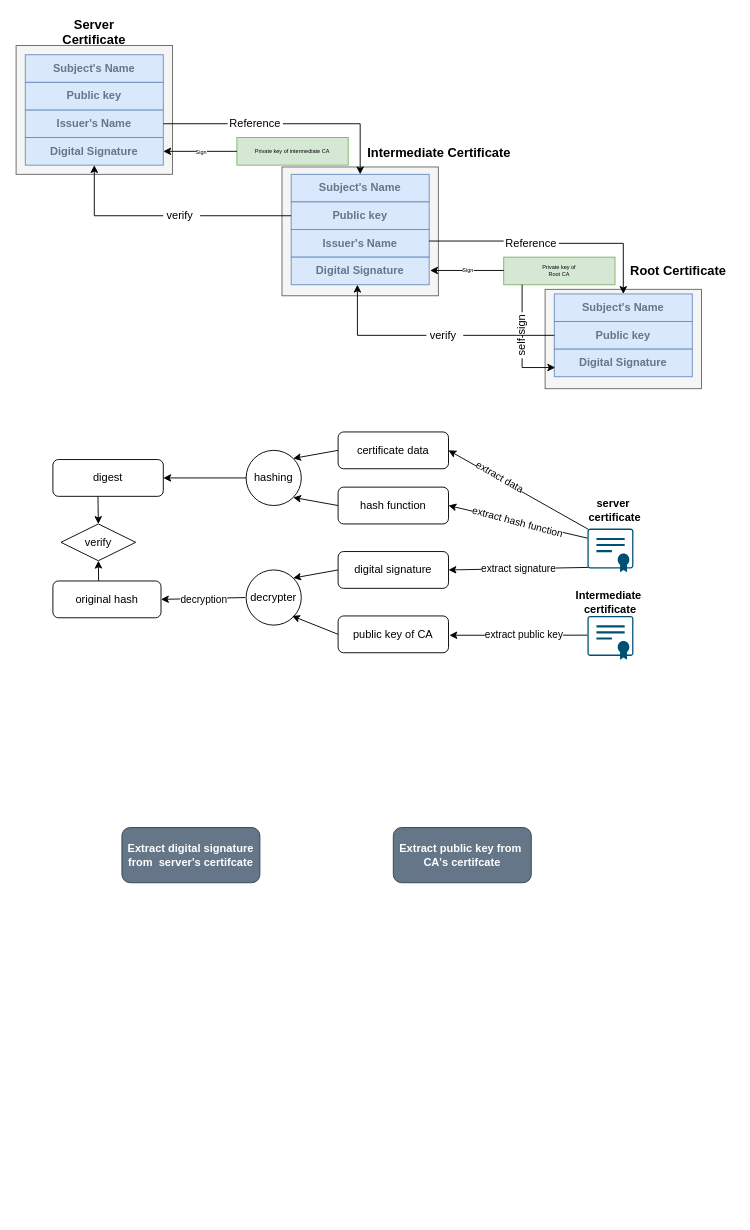
Before: https_ca_certificate.drawio in baoqger/drawing.io, a draw.io diagram. Source tidied: cells renumbered, new cells numbered last; positions are measured from the earlier drawing's top-left corner, leaving out a move shared by most shapes. Both pictures are drawn from the tidied source at 92%, with x=0, y=0 at pixel (16, 17).
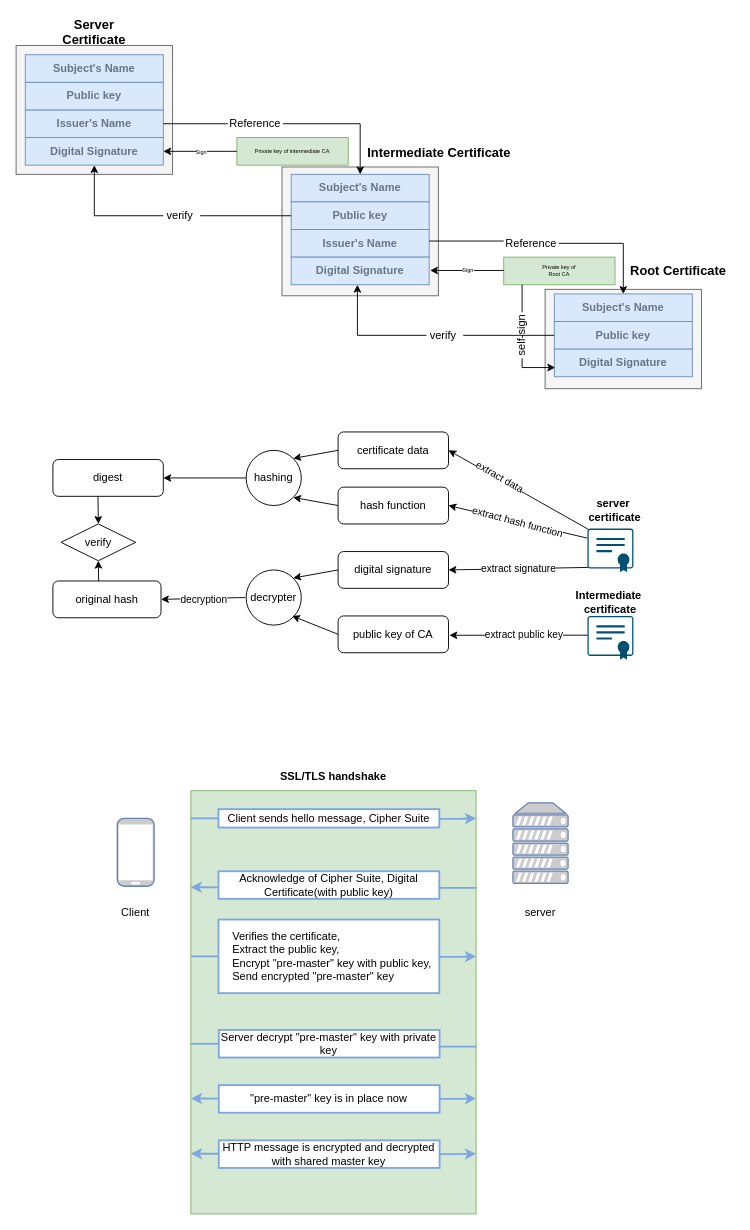
Above is the later version.

What changed in the source:
```diff
@@
-    <mxCell id="40" value="Extract public key from&amp;nbsp; CA's certifcate" style="rounded=1;whiteSpace=wrap;html=1;fillColor=#647687;fontColor=#ffffff;strokeColor=#314354;fontStyle=1;" parent="1" vertex="1">
-      <mxGeometry x="410" y="880" width="150" height="60" as="geometry" />
-    </mxCell>
-    <mxCell id="41" value="Extract digital signature from&amp;nbsp; server's certifcate" style="rounded=1;whiteSpace=wrap;html=1;fillColor=#647687;fontColor=#ffffff;strokeColor=#314354;fontStyle=1;" parent="1" vertex="1">
-      <mxGeometry x="115" y="880" width="150" height="60" as="geometry" />
-    </mxCell>
@@
+    <mxCell id="72" value="SSL/TLS handshake" style="text;html=1;strokeColor=none;fillColor=none;align=center;verticalAlign=middle;whiteSpace=wrap;rounded=0;fontStyle=1;" parent="1" vertex="1">
+      <mxGeometry x="190" y="810" width="310" height="30" as="geometry" />
+    </mxCell>
+    <mxCell id="73" style="fontColor=#0066CC;verticalAlign=top;verticalLabelPosition=bottom;labelPosition=center;align=center;html=1;fillColor=#CCCCCC;strokeColor=#6881B3;gradientColor=none;gradientDirection=north;strokeWidth=2;shape=mxgraph.networks.server;" parent="1" vertex="1">
+      <mxGeometry x="540" y="853.1" width="60" height="87.5" as="geometry" />
+    </mxCell>
+    <mxCell id="74" style="fontColor=#0066CC;verticalAlign=top;verticalLabelPosition=bottom;labelPosition=center;align=center;html=1;fillColor=#CCCCCC;strokeColor=#6881B3;gradientColor=none;gradientDirection=north;strokeWidth=2;shape=mxgraph.networks.mobile;" parent="1" vertex="1">
+      <mxGeometry x="110" y="870" width="40" height="73.8" as="geometry" />
+    </mxCell>
+    <mxCell id="75" value="Client" style="text;html=1;strokeColor=none;fillColor=none;align=center;verticalAlign=middle;whiteSpace=wrap;rounded=0;" parent="1" vertex="1">
+      <mxGeometry x="100" y="957.5" width="60" height="30" as="geometry" />
+    </mxCell>
+    <mxCell id="76" value="server" style="text;html=1;strokeColor=none;fillColor=none;align=center;verticalAlign=middle;whiteSpace=wrap;rounded=0;" parent="1" vertex="1">
+      <mxGeometry x="540" y="957.5" width="60" height="30" as="geometry" />
+    </mxCell>
+    <mxCell id="77" style="rounded=0;whiteSpace=wrap;html=1;strokeColor=#82b366;strokeWidth=1;fillColor=#d5e8d4;" parent="1" vertex="1">
+      <mxGeometry x="190" y="840" width="310" height="460" as="geometry" />
+    </mxCell>
+    <mxCell id="78" value="Client sends hello message, Cipher Suite" style="rounded=0;whiteSpace=wrap;html=1;strokeColor=#7EA6E0;strokeWidth=2;" parent="1" vertex="1">
+      <mxGeometry x="220" y="860" width="240" height="20" as="geometry" />
+    </mxCell>
+    <mxCell id="79" style="endArrow=classic;html=1;rounded=0;edgeStyle=orthogonalEdgeStyle;strokeColor=#7EA6E0;strokeWidth=2;" parent="1" edge="1">
+      <mxGeometry x="195.2" y="839.5" as="geometry">
+        <mxPoint x="460" y="870.5" as="sourcePoint" />
+        <mxPoint x="500" y="870" as="targetPoint" />
+        <Array as="points">
+          <mxPoint x="480" y="870.5" />
+          <mxPoint x="480" y="870.5" />
+        </Array>
+      </mxGeometry>
+    </mxCell>
+    <mxCell id="80" style="line;strokeWidth=2;html=1;labelBorderColor=#3399FF;strokeColor=#7EA6E0;" parent="1" vertex="1">
+      <mxGeometry x="190" y="865" width="30" height="10" as="geometry" />
+    </mxCell>
+    <mxCell id="81" value="Acknowledge of Cipher Suite, Digital Certificate(with public key)" style="rounded=0;whiteSpace=wrap;html=1;strokeColor=#7EA6E0;strokeWidth=2;" parent="1" vertex="1">
+      <mxGeometry x="220" y="927.5" width="240" height="30" as="geometry" />
+    </mxCell>
+    <mxCell id="82" style="endArrow=classic;html=1;rounded=0;edgeStyle=orthogonalEdgeStyle;strokeColor=#7EA6E0;strokeWidth=2;entryX=-0.001;entryY=0.228;entryDx=0;entryDy=0;entryPerimeter=0;" parent="1" edge="1" target="77">
+      <mxGeometry x="-44.8" y="959.5" as="geometry">
+        <mxPoint x="220" y="945" as="sourcePoint" />
+        <Array as="points">
+          <mxPoint x="220" y="945" />
+        </Array>
+      </mxGeometry>
+    </mxCell>
+    <mxCell id="83" style="line;strokeWidth=2;html=1;labelBorderColor=#3399FF;strokeColor=#7EA6E0;" parent="1" vertex="1">
+      <mxGeometry x="459" y="940.6" width="41" height="10" as="geometry" />
+    </mxCell>
+    <mxCell id="84" value="&lt;span&gt;&amp;nbsp; &amp;nbsp; Verifies the certificate,&lt;/span&gt;&lt;br&gt;&lt;span&gt;&amp;nbsp; &amp;nbsp; Extract the public key,&amp;nbsp;&lt;/span&gt;&lt;br&gt;&lt;span&gt;&amp;nbsp; &amp;nbsp; Encrypt &quot;pre-master&quot; key with public key,&amp;nbsp; &amp;nbsp; &amp;nbsp; Send encrypted &quot;pre-master&quot; key&amp;nbsp;&lt;/span&gt;" style="rounded=0;whiteSpace=wrap;html=1;strokeColor=#7EA6E0;strokeWidth=2;align=left;" parent="1" vertex="1">
+      <mxGeometry x="220" y="980" width="240" height="80" as="geometry" />
+    </mxCell>
+    <mxCell id="85" style="endArrow=classic;html=1;rounded=0;edgeStyle=orthogonalEdgeStyle;strokeColor=#7EA6E0;strokeWidth=2;" parent="1" edge="1">
+      <mxGeometry x="195.2" y="989.5" as="geometry">
+        <mxPoint x="460" y="1020.5" as="sourcePoint" />
+        <mxPoint x="500" y="1020" as="targetPoint" />
+        <Array as="points">
+          <mxPoint x="480" y="1020.5" />
+          <mxPoint x="480" y="1020.5" />
+        </Array>
+      </mxGeometry>
+    </mxCell>
+    <mxCell id="86" style="line;strokeWidth=2;html=1;labelBorderColor=#3399FF;strokeColor=#7EA6E0;" parent="1" vertex="1">
+      <mxGeometry x="190" y="1015" width="30" height="10" as="geometry" />
+    </mxCell>
+    <mxCell id="87" value="Server decrypt &quot;pre-master&quot; key with private key" style="rounded=0;whiteSpace=wrap;html=1;strokeColor=#7EA6E0;strokeWidth=2;" parent="1" vertex="1">
+      <mxGeometry x="220.3" y="1100" width="240" height="30" as="geometry" />
+    </mxCell>
+    <mxCell id="88" style="line;strokeWidth=2;html=1;labelBorderColor=#3399FF;strokeColor=#7EA6E0;" parent="1" vertex="1">
+      <mxGeometry x="459.3" y="1113.1" width="41" height="10" as="geometry" />
+    </mxCell>
+    <mxCell id="89" style="line;strokeWidth=2;html=1;labelBorderColor=#3399FF;strokeColor=#7EA6E0;" parent="1" vertex="1">
+      <mxGeometry x="190" y="1110" width="30" height="10" as="geometry" />
+    </mxCell>
+    <mxCell id="90" value="&quot;pre-master&quot; key is in place now" style="rounded=0;whiteSpace=wrap;html=1;strokeColor=#7EA6E0;strokeWidth=2;" parent="1" vertex="1">
+      <mxGeometry x="220.3" y="1160" width="240" height="30" as="geometry" />
+    </mxCell>
+    <mxCell id="91" style="endArrow=classic;html=1;rounded=0;edgeStyle=orthogonalEdgeStyle;strokeColor=#7EA6E0;strokeWidth=2;" parent="1" edge="1">
+      <mxGeometry x="195.2" y="1144" as="geometry">
+        <mxPoint x="460" y="1175" as="sourcePoint" />
+        <mxPoint x="500" y="1174.5" as="targetPoint" />
+        <Array as="points">
+          <mxPoint x="480" y="1175" />
+          <mxPoint x="480" y="1175" />
+        </Array>
+      </mxGeometry>
+    </mxCell>
+    <mxCell id="92" style="endArrow=classic;html=1;rounded=0;edgeStyle=orthogonalEdgeStyle;strokeColor=#7EA6E0;strokeWidth=2;entryX=-0.001;entryY=0.228;entryDx=0;entryDy=0;entryPerimeter=0;" parent="1" edge="1">
+      <mxGeometry x="-44.4" y="1189.1" as="geometry">
+        <mxPoint x="220.3" y="1174.6" as="sourcePoint" />
+        <mxPoint x="190" y="1174.5" as="targetPoint" />
+        <Array as="points">
+          <mxPoint x="220.3" y="1174.6" />
+        </Array>
+      </mxGeometry>
+    </mxCell>
+    <mxCell id="93" value="HTTP message is encrypted and decrypted with shared master key" style="rounded=0;whiteSpace=wrap;html=1;strokeColor=#7EA6E0;strokeWidth=2;" parent="1" vertex="1">
+      <mxGeometry x="220.3" y="1220" width="240" height="30" as="geometry" />
+    </mxCell>
+    <mxCell id="94" style="endArrow=classic;html=1;rounded=0;edgeStyle=orthogonalEdgeStyle;strokeColor=#7EA6E0;strokeWidth=2;" parent="1" edge="1">
+      <mxGeometry x="195.2" y="1204" as="geometry">
+        <mxPoint x="460" y="1235" as="sourcePoint" />
+        <mxPoint x="500" y="1234.5" as="targetPoint" />
+        <Array as="points">
+          <mxPoint x="480" y="1235" />
+          <mxPoint x="480" y="1235" />
+        </Array>
+      </mxGeometry>
+    </mxCell>
+    <mxCell id="95" style="endArrow=classic;html=1;rounded=0;edgeStyle=orthogonalEdgeStyle;strokeColor=#7EA6E0;strokeWidth=2;entryX=-0.001;entryY=0.228;entryDx=0;entryDy=0;entryPerimeter=0;" parent="1" edge="1">
+      <mxGeometry x="-44.4" y="1249.1" as="geometry">
+        <mxPoint x="220.3" y="1234.6" as="sourcePoint" />
+        <mxPoint x="190" y="1234.5" as="targetPoint" />
+        <Array as="points">
+          <mxPoint x="220.3" y="1234.6" />
+        </Array>
+      </mxGeometry>
+    </mxCell>
```
